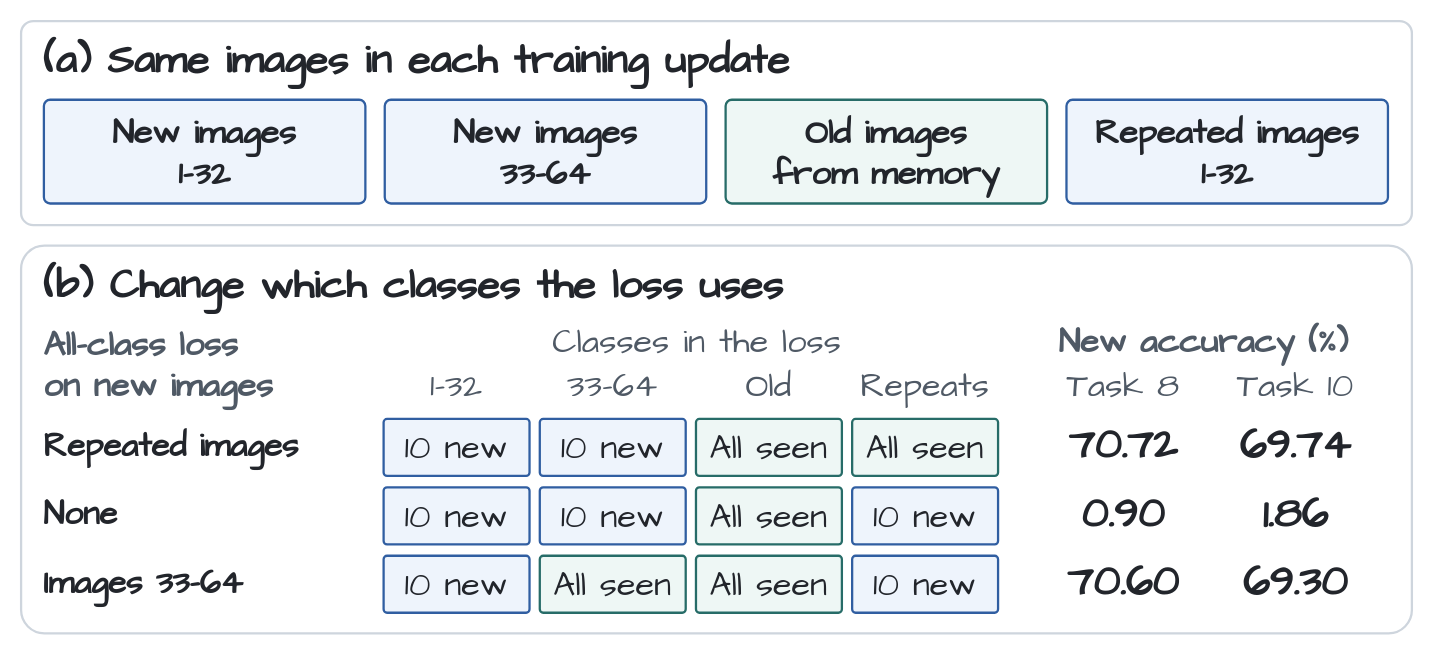
Above: plotting/figures/replay_supervision_overview.drawio in Akastella/continual-learning-new-class-accuracy (draw.io), before the change. Source tidied: cells renumbered, new cells numbered last; positions are measured from the earlier drawing's top-left corner, leaving out a move shared by most shapes. Both pictures are drawn from the tidied source at 114%, with x=0, y=0 at pixel (21, 21).
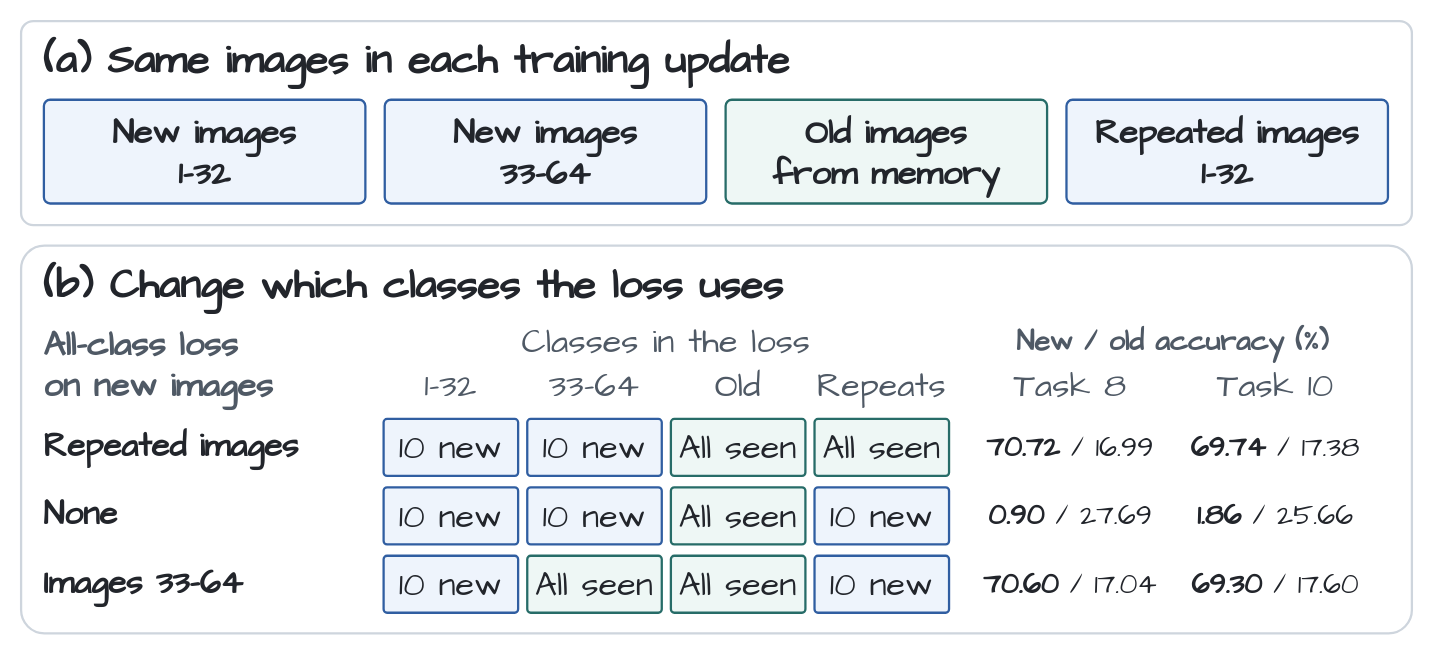
Above is the later version.

The edit, as a diff of the source:
```diff
@@
     <mxCell id="11" value="Classes in the loss" style="html=1;whiteSpace=wrap;fontFamily=Comic Sans MS;fontSize=30;fontStyle=0;align=center;verticalAlign=middle;spacing=0;fillColor=none;strokeColor=none;strokeWidth=2;fontColor=#4F5965;" parent="1" vertex="1">
-      <mxGeometry x="318" y="260" width="550" height="41" as="geometry" />
+      <mxGeometry x="318" y="260" width="496" height="41" as="geometry" />
     </mxCell>
-    <mxCell id="12" value="New accuracy (%)" style="html=1;whiteSpace=wrap;fontFamily=Comic Sans MS;fontSize=30;fontStyle=1;align=center;verticalAlign=middle;spacing=0;fillColor=none;strokeColor=none;strokeWidth=2;fontColor=#4F5965;" parent="1" vertex="1">
-      <mxGeometry x="886" y="260" width="303" height="41" as="geometry" />
+    <mxCell id="12" value="New / old accuracy (%)" style="html=1;whiteSpace=wrap;fontFamily=Comic Sans MS;fontSize=25;fontStyle=1;align=center;verticalAlign=middle;spacing=0;fillColor=none;strokeColor=none;strokeWidth=2;fontColor=#4F5965;" parent="1" vertex="1">
+      <mxGeometry x="836" y="260" width="349" height="41" as="geometry" />
     </mxCell>
     <mxCell id="13" value="1–32" style="html=1;whiteSpace=wrap;fontFamily=Comic Sans MS;fontSize=30;fontStyle=0;align=center;verticalAlign=middle;spacing=0;fillColor=none;strokeColor=none;strokeWidth=2;fontColor=#4F5965;" parent="1" vertex="1">
-      <mxGeometry x="318" y="300" width="128" height="38" as="geometry" />
+      <mxGeometry x="318" y="300" width="118" height="38" as="geometry" />
     </mxCell>
     <mxCell id="14" value="33–64" style="html=1;whiteSpace=wrap;fontFamily=Comic Sans MS;fontSize=30;fontStyle=0;align=center;verticalAlign=middle;spacing=0;fillColor=none;strokeColor=none;strokeWidth=2;fontColor=#4F5965;" parent="1" vertex="1">
-      <mxGeometry x="455" y="300" width="128" height="38" as="geometry" />
+      <mxGeometry x="444" y="300" width="118" height="38" as="geometry" />
     </mxCell>
     <mxCell id="15" value="Old" style="html=1;whiteSpace=wrap;fontFamily=Comic Sans MS;fontSize=30;fontStyle=0;align=center;verticalAlign=middle;spacing=0;fillColor=none;strokeColor=none;strokeWidth=2;fontColor=#4F5965;" parent="1" vertex="1">
-      <mxGeometry x="592" y="300" width="128" height="38" as="geometry" />
+      <mxGeometry x="570" y="300" width="118" height="38" as="geometry" />
     </mxCell>
     <mxCell id="16" value="Repeats" style="html=1;whiteSpace=wrap;fontFamily=Comic Sans MS;fontSize=30;fontStyle=0;align=center;verticalAlign=middle;spacing=0;fillColor=none;strokeColor=none;strokeWidth=2;fontColor=#4F5965;" parent="1" vertex="1">
-      <mxGeometry x="729" y="300" width="128" height="38" as="geometry" />
+      <mxGeometry x="696" y="300" width="118" height="38" as="geometry" />
     </mxCell>
     <mxCell id="17" value="Task 8" style="html=1;whiteSpace=wrap;fontFamily=Comic Sans MS;fontSize=30;fontStyle=0;align=center;verticalAlign=middle;spacing=0;fillColor=none;strokeColor=none;strokeWidth=2;fontColor=#4F5965;" parent="1" vertex="1">
-      <mxGeometry x="896" y="300" width="142" height="38" as="geometry" />
+      <mxGeometry x="836" y="300" width="169" height="38" as="geometry" />
     </mxCell>
     <mxCell id="18" value="Task 10" style="html=1;whiteSpace=wrap;fontFamily=Comic Sans MS;fontSize=30;fontStyle=0;align=center;verticalAlign=middle;spacing=0;fillColor=none;strokeColor=none;strokeWidth=2;fontColor=#4F5965;" parent="1" vertex="1">
-      <mxGeometry x="1047" y="300" width="142" height="38" as="geometry" />
+      <mxGeometry x="1016" y="300" width="169" height="38" as="geometry" />
     </mxCell>
@@
     <mxCell id="20" value="10 new" style="html=1;whiteSpace=wrap;fontFamily=Comic Sans MS;fontSize=30;fontStyle=0;align=center;verticalAlign=middle;spacing=0;fillColor=#EEF4FC;strokeColor=#305EA1;strokeWidth=2;fontColor=#22252B;rounded=1;arcSize=6;" parent="1" vertex="1">
-      <mxGeometry x="318" y="349" width="128" height="50" as="geometry" />
+      <mxGeometry x="318" y="349" width="118" height="50" as="geometry" />
     </mxCell>
     <mxCell id="21" value="10 new" style="html=1;whiteSpace=wrap;fontFamily=Comic Sans MS;fontSize=30;fontStyle=0;align=center;verticalAlign=middle;spacing=0;fillColor=#EEF4FC;strokeColor=#305EA1;strokeWidth=2;fontColor=#22252B;rounded=1;arcSize=6;" parent="1" vertex="1">
-      <mxGeometry x="455" y="349" width="128" height="50" as="geometry" />
+      <mxGeometry x="444" y="349" width="118" height="50" as="geometry" />
     </mxCell>
     <mxCell id="22" value="All seen" style="html=1;whiteSpace=wrap;fontFamily=Comic Sans MS;fontSize=30;fontStyle=0;align=center;verticalAlign=middle;spacing=0;fillColor=#EEF7F5;strokeColor=#276C68;strokeWidth=2;fontColor=#22252B;rounded=1;arcSize=6;" parent="1" vertex="1">
-      <mxGeometry x="592" y="349" width="128" height="50" as="geometry" />
+      <mxGeometry x="570" y="349" width="118" height="50" as="geometry" />
     </mxCell>
     <mxCell id="23" value="All seen" style="html=1;whiteSpace=wrap;fontFamily=Comic Sans MS;fontSize=30;fontStyle=0;align=center;verticalAlign=middle;spacing=0;fillColor=#EEF7F5;strokeColor=#276C68;strokeWidth=2;fontColor=#22252B;rounded=1;arcSize=6;" parent="1" vertex="1">
-      <mxGeometry x="729" y="349" width="128" height="50" as="geometry" />
+      <mxGeometry x="696" y="349" width="118" height="50" as="geometry" />
     </mxCell>
-    <mxCell id="24" value="70.72" style="html=1;whiteSpace=wrap;fontFamily=Comic Sans MS;fontSize=37;fontStyle=1;align=center;verticalAlign=middle;spacing=0;fillColor=none;strokeColor=none;strokeWidth=2;fontColor=#22252B;" parent="1" vertex="1">
-      <mxGeometry x="896" y="345" width="142" height="58" as="geometry" />
+    <mxCell id="24" value="&lt;b&gt;70.72&lt;/b&gt;&amp;nbsp;/&amp;nbsp;16.99" style="html=1;whiteSpace=wrap;fontFamily=Comic Sans MS;fontSize=25;fontStyle=0;align=center;verticalAlign=middle;spacing=0;fillColor=none;strokeColor=none;strokeWidth=2;fontColor=#22252B;" parent="1" vertex="1">
+      <mxGeometry x="836" y="345" width="169" height="58" as="geometry" />
     </mxCell>
-    <mxCell id="25" value="69.74" style="html=1;whiteSpace=wrap;fontFamily=Comic Sans MS;fontSize=37;fontStyle=1;align=center;verticalAlign=middle;spacing=0;fillColor=none;strokeColor=none;strokeWidth=2;fontColor=#22252B;" parent="1" vertex="1">
-      <mxGeometry x="1047" y="345" width="142" height="58" as="geometry" />
+    <mxCell id="25" value="&lt;b&gt;69.74&lt;/b&gt;&amp;nbsp;/&amp;nbsp;17.38" style="html=1;whiteSpace=wrap;fontFamily=Comic Sans MS;fontSize=25;fontStyle=0;align=center;verticalAlign=middle;spacing=0;fillColor=none;strokeColor=none;strokeWidth=2;fontColor=#22252B;" parent="1" vertex="1">
+      <mxGeometry x="1016" y="345" width="169" height="58" as="geometry" />
     </mxCell>
@@
     <mxCell id="27" value="10 new" style="html=1;whiteSpace=wrap;fontFamily=Comic Sans MS;fontSize=30;fontStyle=0;align=center;verticalAlign=middle;spacing=0;fillColor=#EEF4FC;strokeColor=#305EA1;strokeWidth=2;fontColor=#22252B;rounded=1;arcSize=6;" parent="1" vertex="1">
-      <mxGeometry x="318" y="409" width="128" height="50" as="geometry" />
+      <mxGeometry x="318" y="409" width="118" height="50" as="geometry" />
     </mxCell>
     <mxCell id="28" value="10 new" style="html=1;whiteSpace=wrap;fontFamily=Comic Sans MS;fontSize=30;fontStyle=0;align=center;verticalAlign=middle;spacing=0;fillColor=#EEF4FC;strokeColor=#305EA1;strokeWidth=2;fontColor=#22252B;rounded=1;arcSize=6;" parent="1" vertex="1">
-      <mxGeometry x="455" y="409" width="128" height="50" as="geometry" />
+      <mxGeometry x="444" y="409" width="118" height="50" as="geometry" />
     </mxCell>
     <mxCell id="29" value="All seen" style="html=1;whiteSpace=wrap;fontFamily=Comic Sans MS;fontSize=30;fontStyle=0;align=center;verticalAlign=middle;spacing=0;fillColor=#EEF7F5;strokeColor=#276C68;strokeWidth=2;fontColor=#22252B;rounded=1;arcSize=6;" parent="1" vertex="1">
-      <mxGeometry x="592" y="409" width="128" height="50" as="geometry" />
+      <mxGeometry x="570" y="409" width="118" height="50" as="geometry" />
     </mxCell>
     <mxCell id="30" value="10 new" style="html=1;whiteSpace=wrap;fontFamily=Comic Sans MS;fontSize=30;fontStyle=0;align=center;verticalAlign=middle;spacing=0;fillColor=#EEF4FC;strokeColor=#305EA1;strokeWidth=2;fontColor=#22252B;rounded=1;arcSize=6;" parent="1" vertex="1">
-      <mxGeometry x="729" y="409" width="128" height="50" as="geometry" />
+      <mxGeometry x="696" y="409" width="118" height="50" as="geometry" />
     </mxCell>
-    <mxCell id="31" value="0.90" style="html=1;whiteSpace=wrap;fontFamily=Comic Sans MS;fontSize=37;fontStyle=1;align=center;verticalAlign=middle;spacing=0;fillColor=none;strokeColor=none;strokeWidth=2;fontColor=#22252B;" parent="1" vertex="1">
-      <mxGeometry x="896" y="405" width="142" height="58" as="geometry" />
+    <mxCell id="31" value="&lt;b&gt;0.90&lt;/b&gt;&amp;nbsp;/&amp;nbsp;27.69" style="html=1;whiteSpace=wrap;fontFamily=Comic Sans MS;fontSize=25;fontStyle=0;align=center;verticalAlign=middle;spacing=0;fillColor=none;strokeColor=none;strokeWidth=2;fontColor=#22252B;" parent="1" vertex="1">
+      <mxGeometry x="836" y="405" width="169" height="58" as="geometry" />
     </mxCell>
-    <mxCell id="32" value="1.86" style="html=1;whiteSpace=wrap;fontFamily=Comic Sans MS;fontSize=37;fontStyle=1;align=center;verticalAlign=middle;spacing=0;fillColor=none;strokeColor=none;strokeWidth=2;fontColor=#22252B;" parent="1" vertex="1">
-      <mxGeometry x="1047" y="405" width="142" height="58" as="geometry" />
+    <mxCell id="32" value="&lt;b&gt;1.86&lt;/b&gt;&amp;nbsp;/&amp;nbsp;25.66" style="html=1;whiteSpace=wrap;fontFamily=Comic Sans MS;fontSize=25;fontStyle=0;align=center;verticalAlign=middle;spacing=0;fillColor=none;strokeColor=none;strokeWidth=2;fontColor=#22252B;" parent="1" vertex="1">
+      <mxGeometry x="1016" y="405" width="169" height="58" as="geometry" />
     </mxCell>
@@
     <mxCell id="34" value="10 new" style="html=1;whiteSpace=wrap;fontFamily=Comic Sans MS;fontSize=30;fontStyle=0;align=center;verticalAlign=middle;spacing=0;fillColor=#EEF4FC;strokeColor=#305EA1;strokeWidth=2;fontColor=#22252B;rounded=1;arcSize=6;" parent="1" vertex="1">
-      <mxGeometry x="318" y="469" width="128" height="50" as="geometry" />
+      <mxGeometry x="318" y="469" width="118" height="50" as="geometry" />
     </mxCell>
     <mxCell id="35" value="All seen" style="html=1;whiteSpace=wrap;fontFamily=Comic Sans MS;fontSize=30;fontStyle=0;align=center;verticalAlign=middle;spacing=0;fillColor=#EEF7F5;strokeColor=#276C68;strokeWidth=2;fontColor=#22252B;rounded=1;arcSize=6;" parent="1" vertex="1">
-      <mxGeometry x="455" y="469" width="128" height="50" as="geometry" />
+      <mxGeometry x="444" y="469" width="118" height="50" as="geometry" />
     </mxCell>
     <mxCell id="36" value="All seen" style="html=1;whiteSpace=wrap;fontFamily=Comic Sans MS;fontSize=30;fontStyle=0;align=center;verticalAlign=middle;spacing=0;fillColor=#EEF7F5;strokeColor=#276C68;strokeWidth=2;fontColor=#22252B;rounded=1;arcSize=6;" parent="1" vertex="1">
-      <mxGeometry x="592" y="469" width="128" height="50" as="geometry" />
+      <mxGeometry x="570" y="469" width="118" height="50" as="geometry" />
     </mxCell>
     <mxCell id="37" value="10 new" style="html=1;whiteSpace=wrap;fontFamily=Comic Sans MS;fontSize=30;fontStyle=0;align=center;verticalAlign=middle;spacing=0;fillColor=#EEF4FC;strokeColor=#305EA1;strokeWidth=2;fontColor=#22252B;rounded=1;arcSize=6;" parent="1" vertex="1">
-      <mxGeometry x="729" y="469" width="128" height="50" as="geometry" />
+      <mxGeometry x="696" y="469" width="118" height="50" as="geometry" />
     </mxCell>
-    <mxCell id="38" value="70.60" style="html=1;whiteSpace=wrap;fontFamily=Comic Sans MS;fontSize=37;fontStyle=1;align=center;verticalAlign=middle;spacing=0;fillColor=none;strokeColor=none;strokeWidth=2;fontColor=#22252B;" parent="1" vertex="1">
-      <mxGeometry x="896" y="465" width="142" height="58" as="geometry" />
+    <mxCell id="38" value="&lt;b&gt;70.60&lt;/b&gt;&amp;nbsp;/&amp;nbsp;17.04" style="html=1;whiteSpace=wrap;fontFamily=Comic Sans MS;fontSize=25;fontStyle=0;align=center;verticalAlign=middle;spacing=0;fillColor=none;strokeColor=none;strokeWidth=2;fontColor=#22252B;" parent="1" vertex="1">
+      <mxGeometry x="836" y="465" width="169" height="58" as="geometry" />
     </mxCell>
-    <mxCell id="39" value="69.30" style="html=1;whiteSpace=wrap;fontFamily=Comic Sans MS;fontSize=37;fontStyle=1;align=center;verticalAlign=middle;spacing=0;fillColor=none;strokeColor=none;strokeWidth=2;fontColor=#22252B;" parent="1" vertex="1">
-      <mxGeometry x="1047" y="465" width="142" height="58" as="geometry" />
+    <mxCell id="39" value="&lt;b&gt;69.30&lt;/b&gt;&amp;nbsp;/&amp;nbsp;17.60" style="html=1;whiteSpace=wrap;fontFamily=Comic Sans MS;fontSize=25;fontStyle=0;align=center;verticalAlign=middle;spacing=0;fillColor=none;strokeColor=none;strokeWidth=2;fontColor=#22252B;" parent="1" vertex="1">
+      <mxGeometry x="1016" y="465" width="169" height="58" as="geometry" />
     </mxCell>
```
